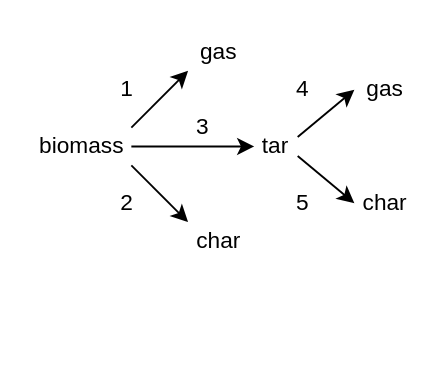
The draw.io diagram diagrams/blasi.drawio in wigging/jbab-pyrolysis-paper, before the edit. Source tidied: cells renumbered, new cells numbered last; positions are measured from the earlier drawing's top-left corner, leaving out a move shared by most shapes. Both pictures are drawn from the tidied source at 189%, with x=0, y=0 at pixel (32, 32).
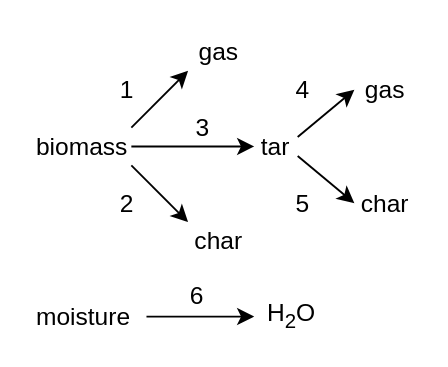
After the change.

Commit message (it also covers changes not shown here):
Moisture reaction

Change to the diagram source:
```diff
@@
-    <mxCell id="2" value="biomass" style="text;html=1;strokeColor=none;fillColor=none;align=center;verticalAlign=middle;whiteSpace=wrap;rounded=0;" parent="1" vertex="1">
+    <mxCell id="2" value="biomass" style="text;html=1;strokeColor=none;fillColor=none;align=left;verticalAlign=middle;whiteSpace=wrap;rounded=0;fontSize=13;" parent="1" vertex="1">
       <mxGeometry y="50" width="52" height="20" as="geometry" />
     </mxCell>
-    <mxCell id="3" value="gas" style="text;html=1;strokeColor=none;fillColor=none;align=center;verticalAlign=middle;whiteSpace=wrap;rounded=0;" parent="1" vertex="1">
+    <mxCell id="3" value="gas" style="text;html=1;strokeColor=none;fillColor=none;align=center;verticalAlign=middle;whiteSpace=wrap;rounded=0;fontSize=13;" parent="1" vertex="1">
       <mxGeometry x="82" width="33" height="20" as="geometry" />
     </mxCell>
-    <mxCell id="4" value="tar" style="text;html=1;strokeColor=none;fillColor=none;align=center;verticalAlign=middle;whiteSpace=wrap;rounded=0;" parent="1" vertex="1">
+    <mxCell id="4" value="tar" style="text;html=1;strokeColor=none;fillColor=none;align=center;verticalAlign=middle;whiteSpace=wrap;rounded=0;fontSize=13;" parent="1" vertex="1">
       <mxGeometry x="117" y="50" width="23" height="20" as="geometry" />
     </mxCell>
-    <mxCell id="5" value="char" style="text;html=1;strokeColor=none;fillColor=none;align=center;verticalAlign=middle;whiteSpace=wrap;rounded=0;" parent="1" vertex="1">
+    <mxCell id="5" value="char" style="text;html=1;strokeColor=none;fillColor=none;align=center;verticalAlign=middle;whiteSpace=wrap;rounded=0;fontSize=13;" parent="1" vertex="1">
       <mxGeometry x="82" y="100" width="33" height="20" as="geometry" />
     </mxCell>
-    <mxCell id="6" value="gas" style="text;html=1;strokeColor=none;fillColor=none;align=center;verticalAlign=middle;whiteSpace=wrap;rounded=0;" parent="1" vertex="1">
+    <mxCell id="6" value="gas" style="text;html=1;strokeColor=none;fillColor=none;align=center;verticalAlign=middle;whiteSpace=wrap;rounded=0;fontSize=13;" parent="1" vertex="1">
       <mxGeometry x="170" y="20" width="33" height="20" as="geometry" />
     </mxCell>
-    <mxCell id="7" value="char" style="text;html=1;strokeColor=none;fillColor=none;align=center;verticalAlign=middle;whiteSpace=wrap;rounded=0;" parent="1" vertex="1">
+    <mxCell id="7" value="char" style="text;html=1;strokeColor=none;fillColor=none;align=center;verticalAlign=middle;whiteSpace=wrap;rounded=0;fontSize=13;" parent="1" vertex="1">
       <mxGeometry x="170" y="80" width="33" height="20" as="geometry" />
     </mxCell>
-    <mxCell id="8" style="endArrow=classic;html=1;entryX=0;entryY=0.5;entryDx=0;entryDy=0;" parent="1" edge="1" target="4">
+    <mxCell id="8" style="endArrow=classic;html=1;entryX=0;entryY=0.5;entryDx=0;entryDy=0;fontSize=13;" parent="1" edge="1" target="4">
       <mxGeometry relative="1" as="geometry">
         <mxPoint x="52" y="60" as="sourcePoint" />
       </mxGeometry>
     </mxCell>
-    <mxCell id="9" style="endArrow=classic;html=1;entryX=0;entryY=1;entryDx=0;entryDy=0;exitX=1;exitY=0;exitDx=0;exitDy=0;" parent="1" edge="1" source="2" target="3">
+    <mxCell id="9" style="endArrow=classic;html=1;entryX=0;entryY=1;entryDx=0;entryDy=0;exitX=1;exitY=0;exitDx=0;exitDy=0;fontSize=13;" parent="1" edge="1" source="2" target="3">
       <mxGeometry relative="1" as="geometry" />
     </mxCell>
-    <mxCell id="10" style="endArrow=classic;html=1;exitX=1;exitY=1;exitDx=0;exitDy=0;entryX=0;entryY=0;entryDx=0;entryDy=0;" parent="1" edge="1" source="2" target="5">
+    <mxCell id="10" style="endArrow=classic;html=1;exitX=1;exitY=1;exitDx=0;exitDy=0;entryX=0;entryY=0;entryDx=0;entryDy=0;fontSize=13;" parent="1" edge="1" source="2" target="5">
       <mxGeometry relative="1" as="geometry" />
     </mxCell>
-    <mxCell id="11" style="endArrow=classic;html=1;entryX=0;entryY=0.5;entryDx=0;entryDy=0;exitX=1;exitY=0.25;exitDx=0;exitDy=0;" parent="1" edge="1" source="4" target="6">
+    <mxCell id="11" style="endArrow=classic;html=1;entryX=0;entryY=0.5;entryDx=0;entryDy=0;exitX=1;exitY=0.25;exitDx=0;exitDy=0;fontSize=13;" parent="1" edge="1" source="4" target="6">
       <mxGeometry relative="1" as="geometry" />
     </mxCell>
-    <mxCell id="12" style="endArrow=classic;html=1;exitX=1;exitY=0.75;exitDx=0;exitDy=0;" parent="1" edge="1" source="4">
+    <mxCell id="12" style="endArrow=classic;html=1;exitX=1;exitY=0.75;exitDx=0;exitDy=0;fontSize=13;" parent="1" edge="1" source="4">
       <mxGeometry relative="1" as="geometry">
         <mxPoint x="170" y="90" as="targetPoint" />
       </mxGeometry>
     </mxCell>
-    <mxCell id="13" value="1" style="text;html=1;strokeColor=none;fillColor=none;align=center;verticalAlign=middle;whiteSpace=wrap;rounded=0;" parent="1" vertex="1">
+    <mxCell id="13" value="1" style="text;html=1;strokeColor=none;fillColor=none;align=center;verticalAlign=middle;whiteSpace=wrap;rounded=0;fontSize=13;" parent="1" vertex="1">
       <mxGeometry x="40" y="20" width="20" height="20" as="geometry" />
     </mxCell>
-    <mxCell id="14" value="2" style="text;html=1;strokeColor=none;fillColor=none;align=center;verticalAlign=middle;whiteSpace=wrap;rounded=0;" parent="1" vertex="1">
+    <mxCell id="14" value="2" style="text;html=1;strokeColor=none;fillColor=none;align=center;verticalAlign=middle;whiteSpace=wrap;rounded=0;fontSize=13;" parent="1" vertex="1">
       <mxGeometry x="40" y="80" width="20" height="20" as="geometry" />
     </mxCell>
-    <mxCell id="15" value="3" style="text;html=1;strokeColor=none;fillColor=none;align=center;verticalAlign=middle;whiteSpace=wrap;rounded=0;" parent="1" vertex="1">
+    <mxCell id="15" value="3" style="text;html=1;strokeColor=none;fillColor=none;align=center;verticalAlign=middle;whiteSpace=wrap;rounded=0;fontSize=13;" parent="1" vertex="1">
       <mxGeometry x="80" y="40" width="20" height="20" as="geometry" />
     </mxCell>
-    <mxCell id="16" value="4" style="text;html=1;strokeColor=none;fillColor=none;align=center;verticalAlign=middle;whiteSpace=wrap;rounded=0;" parent="1" vertex="1">
+    <mxCell id="16" value="4" style="text;html=1;strokeColor=none;fillColor=none;align=center;verticalAlign=middle;whiteSpace=wrap;rounded=0;fontSize=13;" parent="1" vertex="1">
       <mxGeometry x="133" y="20" width="20" height="20" as="geometry" />
     </mxCell>
-    <mxCell id="17" value="5" style="text;html=1;strokeColor=none;fillColor=none;align=center;verticalAlign=middle;whiteSpace=wrap;rounded=0;" parent="1" vertex="1">
+    <mxCell id="17" value="5" style="text;html=1;strokeColor=none;fillColor=none;align=center;verticalAlign=middle;whiteSpace=wrap;rounded=0;fontSize=13;" parent="1" vertex="1">
       <mxGeometry x="133" y="80" width="20" height="20" as="geometry" />
     </mxCell>
+    <mxCell id="18" style="edgeStyle=orthogonalEdgeStyle;rounded=0;jettySize=auto;html=1;fontSize=13;entryX=0;entryY=0.5;entryDx=0;entryDy=0;" parent="1" edge="1" source="19" target="20">
+      <mxGeometry relative="1" as="geometry" />
+    </mxCell>
+    <mxCell id="19" value="moisture" style="text;html=1;strokeColor=none;fillColor=none;align=left;verticalAlign=middle;whiteSpace=wrap;rounded=0;fontSize=13;" parent="1" vertex="1">
+      <mxGeometry y="140" width="60" height="20" as="geometry" />
+    </mxCell>
+    <mxCell id="20" value="H&lt;sub&gt;2&lt;/sub&gt;O" style="text;html=1;strokeColor=none;fillColor=none;align=center;verticalAlign=middle;whiteSpace=wrap;rounded=0;fontSize=13;" parent="1" vertex="1">
+      <mxGeometry x="117" y="140" width="40" height="20" as="geometry" />
+    </mxCell>
+    <mxCell id="21" value="6" style="text;html=1;strokeColor=none;fillColor=none;align=center;verticalAlign=middle;whiteSpace=wrap;rounded=0;fontSize=13;" parent="1" vertex="1">
+      <mxGeometry x="77" y="129" width="20" height="20" as="geometry" />
+    </mxCell>
```
